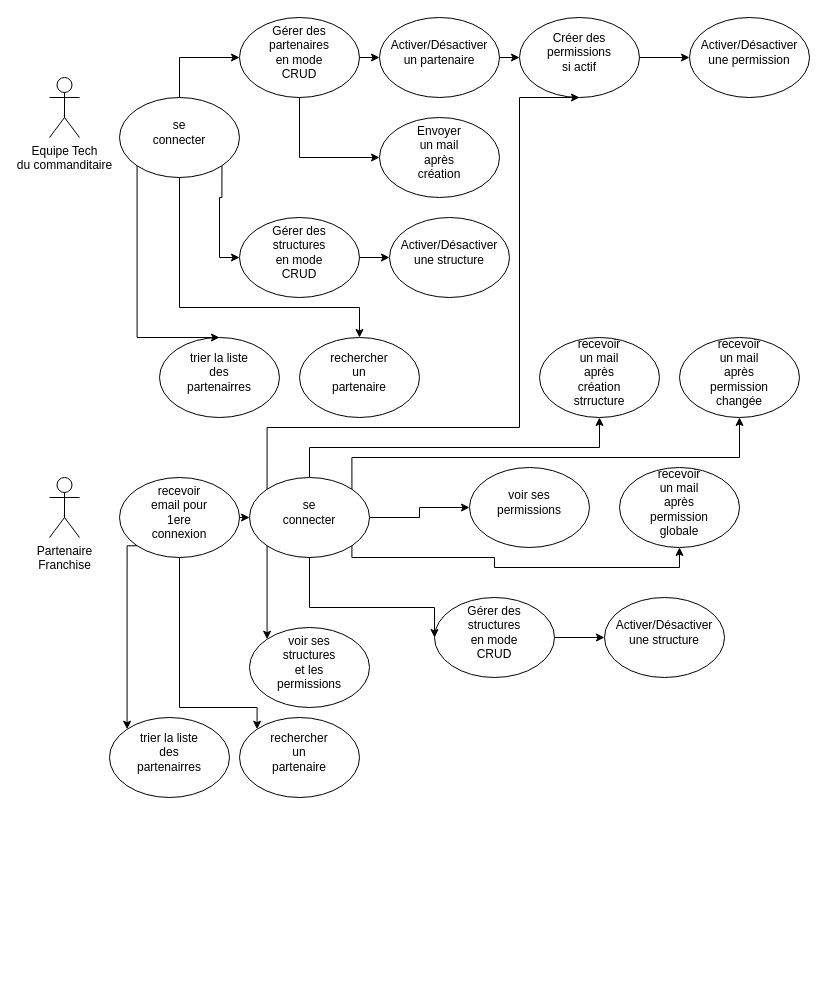
Above: PlanetBody/fonctionnalités.drawio in cyrisa02/diagrammes-UML (draw.io), before the change. Source tidied: cells renumbered, new cells numbered last; positions are measured from the earlier drawing's top-left corner, leaving out a move shared by most shapes. Both pictures are drawn from the tidied source at 100%, with x=0, y=0 at pixel (49, 17).
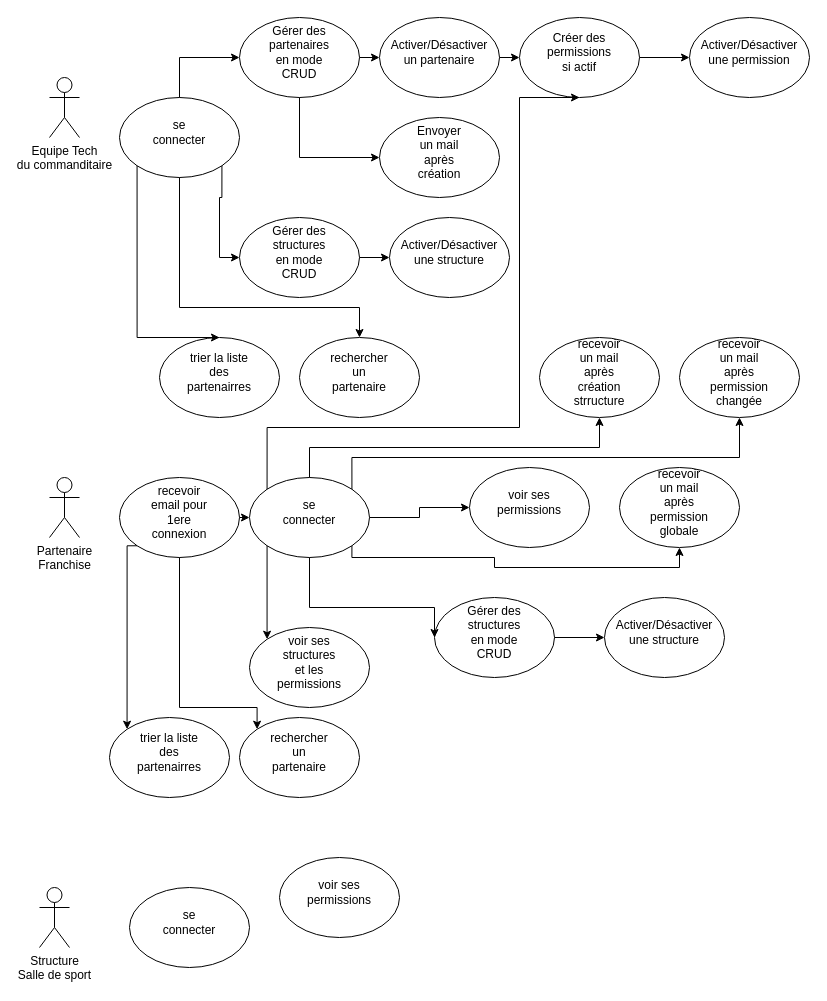
After the change.

Commit message:
Mettre à jour fonctionnalités.drawio

Change to the diagram source:
```diff
@@
+    <mxCell id="87" value="&lt;div&gt;Structure&lt;/div&gt;&lt;div&gt;Salle de sport&lt;br&gt;&lt;/div&gt;" style="shape=umlActor;verticalLabelPosition=bottom;verticalAlign=top;html=1;" parent="1" vertex="1">
+      <mxGeometry x="-10" y="870" width="30" height="60" as="geometry" />
+    </mxCell>
+    <mxCell id="88" style="group;" parent="1" vertex="1">
+      <mxGeometry x="80" y="870" width="120" height="80" as="geometry" />
+    </mxCell>
+    <mxCell id="89" style="ellipse;whiteSpace=wrap;html=1;" parent="88" vertex="1">
+      <mxGeometry width="120" height="80" as="geometry" />
+    </mxCell>
+    <mxCell id="90" value="se connecter" style="text;html=1;strokeColor=none;fillColor=none;align=center;verticalAlign=middle;whiteSpace=wrap;rounded=0;" parent="88" vertex="1">
+      <mxGeometry x="30" y="20" width="60" height="30" as="geometry" />
+    </mxCell>
+    <mxCell id="91" style="group;" parent="1" vertex="1">
+      <mxGeometry x="230" y="840" width="120" height="80" as="geometry" />
+    </mxCell>
+    <mxCell id="92" style="ellipse;whiteSpace=wrap;html=1;" parent="91" vertex="1">
+      <mxGeometry width="120" height="80" as="geometry" />
+    </mxCell>
+    <mxCell id="93" value="voir ses permissions" style="text;html=1;strokeColor=none;fillColor=none;align=center;verticalAlign=middle;whiteSpace=wrap;rounded=0;" parent="91" vertex="1">
+      <mxGeometry x="30" y="20" width="60" height="30" as="geometry" />
+    </mxCell>
```
